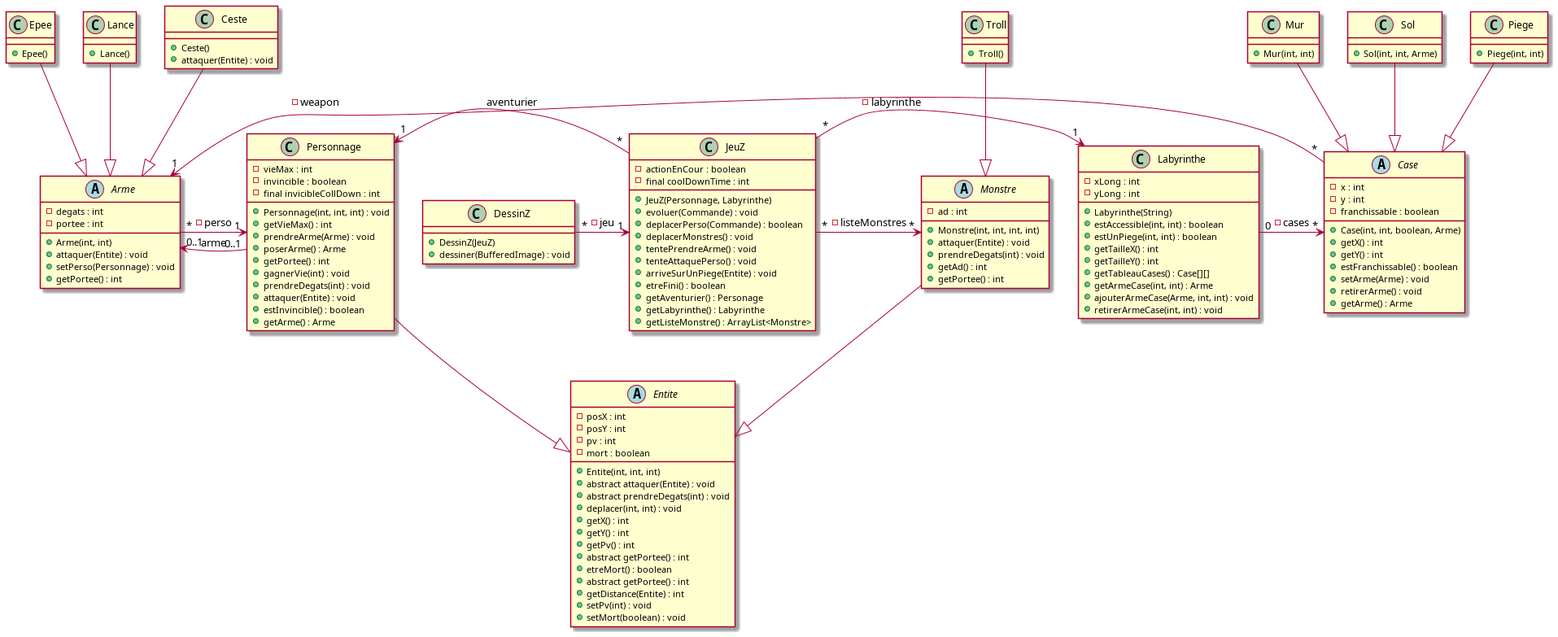
Before: documents/version_6/umlClasses.png, a diagram exported from PlantUML (Alex-Michelet/2021_COO_Zeldiablo_Cordurie_Sacquard_Michelet_Kone_Becker).
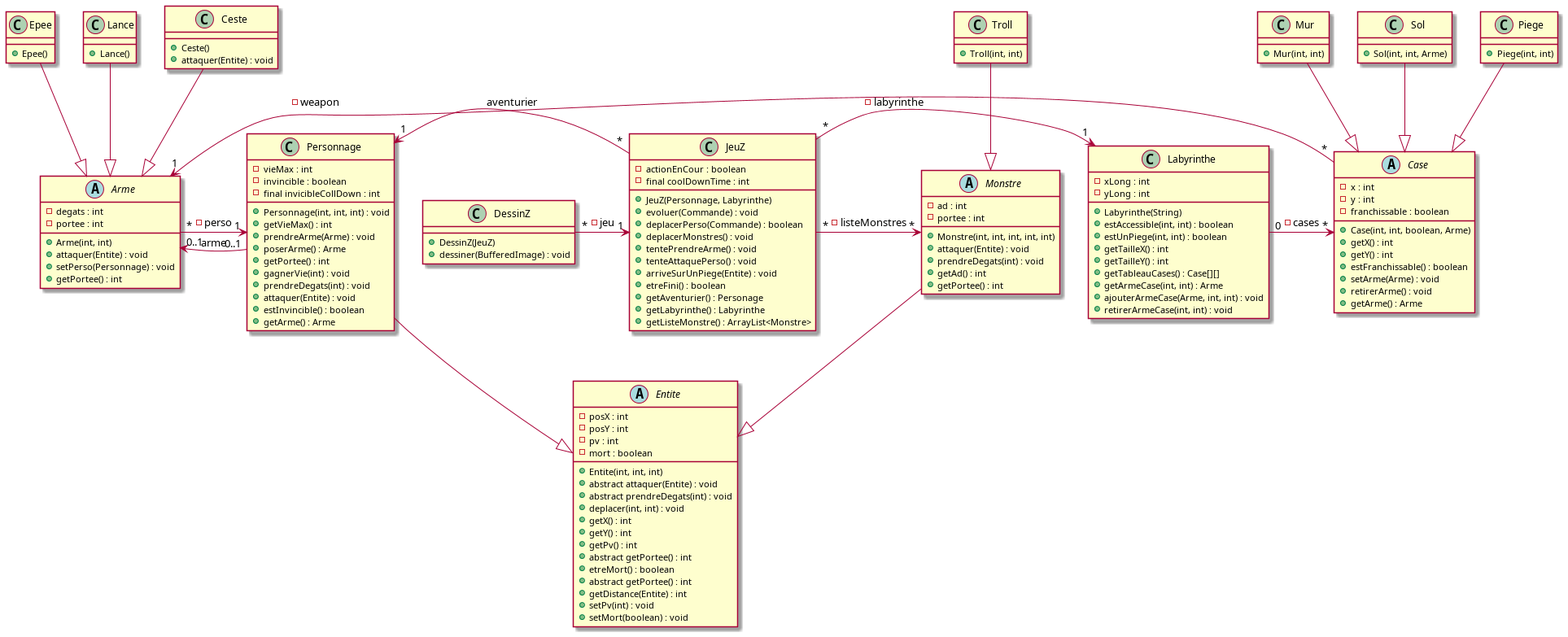
The same file after the commit.

Commit message:
Modif diagramme classe

What changed in the source:
```diff
@@ -85,7 +85,8 @@
 
 abstract class Monstre{
 - ad : int
-+ Monstre(int, int, int, int)
+- portee : int
++ Monstre(int, int, int, int, int)
 + attaquer(Entite) : void
 + prendreDegats(int) : void
 + getAd() : int
@@ -93,7 +94,7 @@
 }
 
 class Troll {
-+ Troll()
++ Troll(int, int)
 }
 
 abstract class Entite {
```
